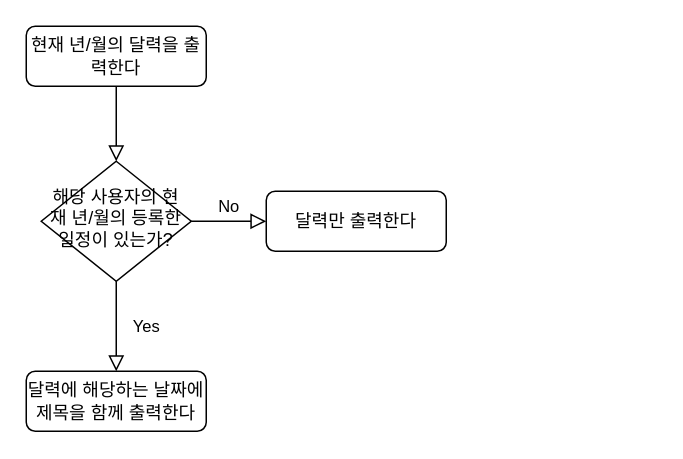
Above: Revelation-Diary/Source/FlowChart/CustomCalendar.drawio in Revelation-22/Revelation-Diary (draw.io), before the change. Source tidied: cells renumbered, new cells numbered last; positions are measured from the earlier drawing's top-left corner, leaving out a move shared by most shapes. Both pictures are drawn from the tidied source at 150%, with x=0, y=0 at pixel (26, 26).
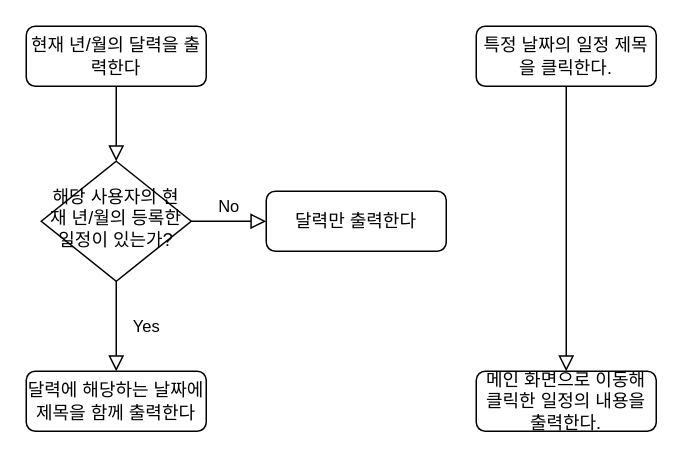
The same diagram, later.

Change to the diagram source:
```diff
@@
 <mxGraphModel>
   <root>
     <mxCell id="0" />
     <mxCell id="1" parent="0" />
     <mxCell id="2" style="rounded=0;html=1;jettySize=auto;fontSize=11;endArrow=block;endFill=0;endSize=8;strokeWidth=1;shadow=0;labelBackgroundColor=none;edgeStyle=orthogonalEdgeStyle;" parent="1" edge="1" source="3" target="6">
       <mxGeometry relative="1" as="geometry" />
     </mxCell>
     <mxCell id="3" value="현재 년/월의 달력을 출력한다" style="rounded=1;whiteSpace=wrap;html=1;fontSize=12;glass=0;strokeWidth=1;shadow=0;" parent="1" vertex="1">
       <mxGeometry width="120" height="40" as="geometry" />
     </mxCell>
     <mxCell id="4" value="Yes" style="rounded=0;html=1;jettySize=auto;fontSize=11;endArrow=block;endFill=0;endSize=8;strokeWidth=1;shadow=0;labelBackgroundColor=none;edgeStyle=orthogonalEdgeStyle;entryX=0.5;entryY=0;entryDx=0;entryDy=0;" parent="1" edge="1" source="6" target="8">
       <mxGeometry y="20" relative="1" as="geometry" />
     </mxCell>
     <mxCell id="5" value="No" style="edgeStyle=orthogonalEdgeStyle;rounded=0;html=1;jettySize=auto;fontSize=11;endArrow=block;endFill=0;endSize=8;strokeWidth=1;shadow=0;labelBackgroundColor=none;" parent="1" edge="1" source="6" target="7">
       <mxGeometry y="10" relative="1" as="geometry" />
     </mxCell>
     <mxCell id="6" value="해당 사용자의 현재 년/월의 등록한 일정이 있는가?" style="rhombus;whiteSpace=wrap;html=1;shadow=0;fontFamily=Helvetica;fontSize=12;align=center;strokeWidth=1;spacing=6;spacingTop=-4;" parent="1" vertex="1">
       <mxGeometry x="10" y="90" width="100" height="80" as="geometry" />
     </mxCell>
     <mxCell id="7" value="달력만 출력한다" style="rounded=1;whiteSpace=wrap;html=1;fontSize=12;glass=0;strokeWidth=1;shadow=0;" parent="1" vertex="1">
       <mxGeometry x="160" y="110" width="120" height="40" as="geometry" />
     </mxCell>
     <mxCell id="8" value="달력에 해당하는 날짜에 제목을 함께 출력한다" style="rounded=1;whiteSpace=wrap;html=1;fontSize=12;glass=0;strokeWidth=1;shadow=0;" parent="1" vertex="1">
       <mxGeometry y="230" width="120" height="40" as="geometry" />
     </mxCell>
+    <mxCell id="9" style="rounded=0;html=1;jettySize=auto;fontSize=11;endArrow=block;endFill=0;endSize=8;strokeWidth=1;shadow=0;labelBackgroundColor=none;edgeStyle=orthogonalEdgeStyle;entryX=0.5;entryY=0;entryDx=0;entryDy=0;" parent="1" edge="1" source="10" target="11">
+      <mxGeometry relative="1" as="geometry" />
+    </mxCell>
+    <mxCell id="10" value="특정 날짜의 일정 제목을 클릭한다." style="rounded=1;whiteSpace=wrap;html=1;fontSize=12;glass=0;strokeWidth=1;shadow=0;" parent="1" vertex="1">
+      <mxGeometry x="300" width="120" height="40" as="geometry" />
+    </mxCell>
+    <mxCell id="11" value="메인 화면으로 이동해 클릭한 일정의 내용을 출력한다." style="rounded=1;whiteSpace=wrap;html=1;fontSize=12;glass=0;strokeWidth=1;shadow=0;" parent="1" vertex="1">
+      <mxGeometry x="300" y="230" width="120" height="40" as="geometry" />
+    </mxCell>
   </root>
 </mxGraphModel>
```
